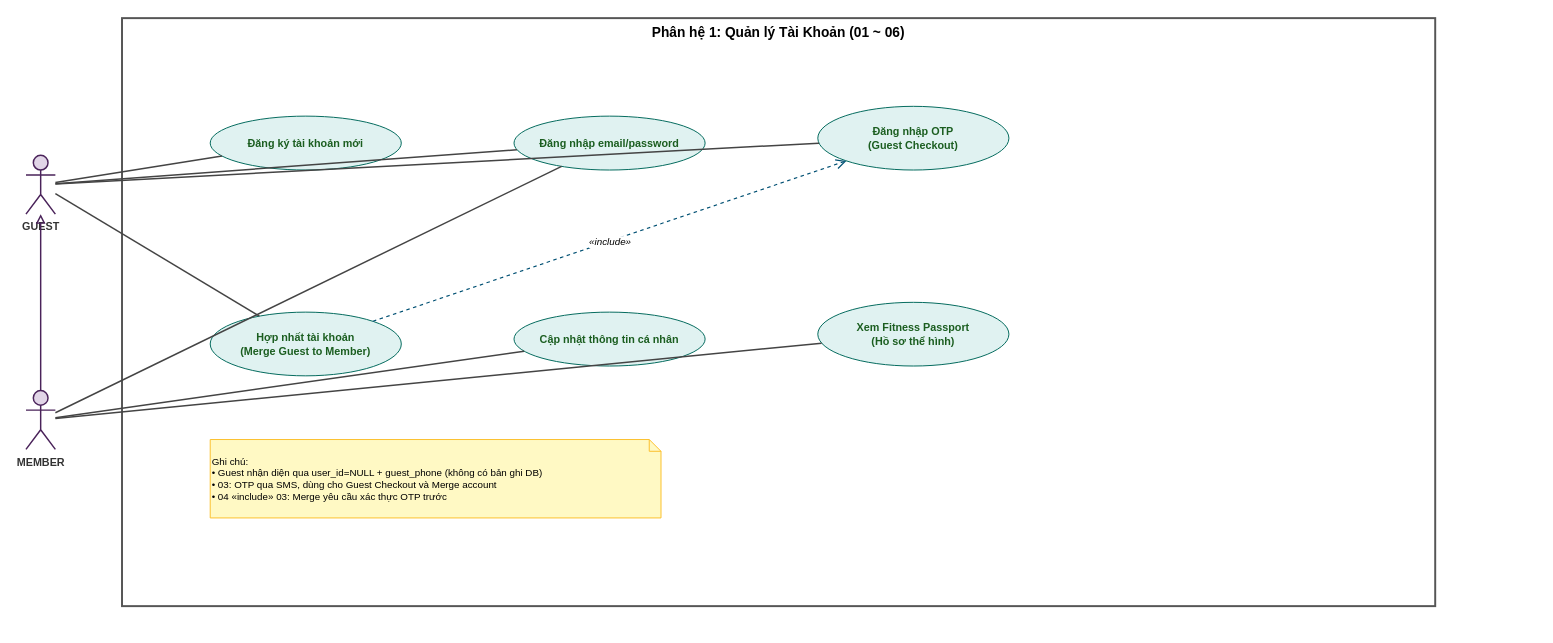
Before: page "2. Quản lý Tài Khoản" (2 of 9) of docs/FitFuel_UseCases.drawio in PTWebKD/full-stack, a draw.io diagram. Source tidied: cells renumbered, new cells numbered last; positions are measured from the earlier drawing's top-left corner, leaving out a move shared by most shapes. Both pictures are drawn from the tidied source at 98%, with x=0, y=0 at pixel (25, 18).
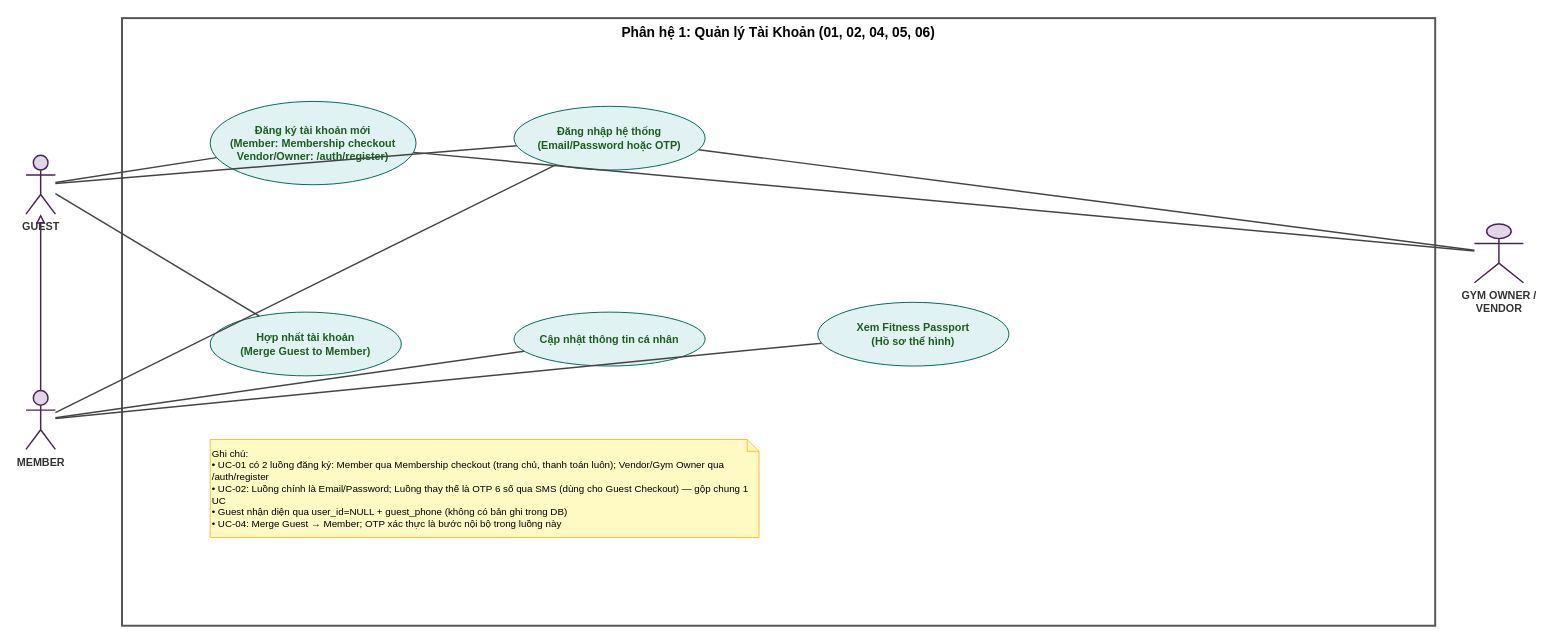
Above is the later version.

Unchanged cells that the change refers to:
```xml
<mxCell id="3" value="GUEST" style="shape=umlActor;verticalLabelPosition=bottom;verticalAlign=top;html=1;outlineConnect=0;strokeColor=#4A235A;strokeWidth=1.5;fillColor=#E1D5E7;fontColor=#333333;fontSize=11;fontStyle=1;align=center;" parent="1" vertex="1">
  <mxGeometry y="140" width="30" height="60" as="geometry" />
</mxCell>
<mxCell id="9" value="Hợp nhất tài khoản&#10;(Merge Guest to Member)" style="ellipse;whiteSpace=wrap;html=1;fillColor=#E0F2F1;strokeColor=#00695C;fontColor=#1B5E20;fontSize=11;align=center;fontStyle=1;" parent="1" vertex="1">
  <mxGeometry x="188" y="300" width="195" height="65" as="geometry" />
</mxCell>
```

What changed in the source:
```diff
@@
-    <mxCell id="2" value="Phân hệ 1: Quản lý Tài Khoản (01 ~ 06)" style="rounded=0;whiteSpace=wrap;html=1;fillColor=none;strokeColor=#555555;strokeWidth=2;fontSize=14;fontStyle=1;verticalAlign=top;" parent="1" vertex="1">
-      <mxGeometry x="98" width="1340" height="600" as="geometry" />
+    <mxCell id="2" value="Phân hệ 1: Quản lý Tài Khoản (01, 02, 04, 05, 06)" style="rounded=0;whiteSpace=wrap;html=1;fillColor=none;strokeColor=#555555;strokeWidth=2;fontSize=14;fontStyle=1;verticalAlign=top;" parent="1" vertex="1">
+      <mxGeometry x="98" width="1340" height="620" as="geometry" />
     </mxCell>
@@
+    <mxCell id="21" value="GYM OWNER /&#10;VENDOR" style="shape=umlActor;verticalLabelPosition=bottom;verticalAlign=top;html=1;outlineConnect=0;strokeColor=#4A235A;strokeWidth=1.5;fillColor=#E1D5E7;fontColor=#333333;fontSize=11;fontStyle=1;align=center;" parent="1" vertex="1">
+      <mxGeometry x="1478" y="210" width="50" height="60" as="geometry" />
+    </mxCell>
@@
-    <mxCell id="6" value="Đăng ký tài khoản mới" style="ellipse;whiteSpace=wrap;html=1;fillColor=#E0F2F1;strokeColor=#00695C;fontColor=#1B5E20;fontSize=11;align=center;fontStyle=1;" parent="1" vertex="1">
-      <mxGeometry x="188" y="100" width="195" height="55" as="geometry" />
+    <mxCell id="6" value="Đăng ký tài khoản mới&#10;(Member: Membership checkout&#10;Vendor/Owner: /auth/register)" style="ellipse;whiteSpace=wrap;html=1;fillColor=#E0F2F1;strokeColor=#00695C;fontColor=#1B5E20;fontSize=11;align=center;fontStyle=1;" parent="1" vertex="1">
+      <mxGeometry x="188" y="85" width="210" height="85" as="geometry" />
     </mxCell>
-    <mxCell id="7" value="Đăng nhập email/password" style="ellipse;whiteSpace=wrap;html=1;fillColor=#E0F2F1;strokeColor=#00695C;fontColor=#1B5E20;fontSize=11;align=center;fontStyle=1;" parent="1" vertex="1">
-      <mxGeometry x="498" y="100" width="195" height="55" as="geometry" />
+    <mxCell id="7" value="Đăng nhập hệ thống&#10;(Email/Password hoặc OTP)" style="ellipse;whiteSpace=wrap;html=1;fillColor=#E0F2F1;strokeColor=#00695C;fontColor=#1B5E20;fontSize=11;align=center;fontStyle=1;" parent="1" vertex="1">
+      <mxGeometry x="498" y="90" width="195" height="65" as="geometry" />
     </mxCell>
-    <mxCell id="8" value="Đăng nhập OTP&#10;(Guest Checkout)" style="ellipse;whiteSpace=wrap;html=1;fillColor=#E0F2F1;strokeColor=#00695C;fontColor=#1B5E20;fontSize=11;align=center;fontStyle=1;" parent="1" vertex="1">
-      <mxGeometry x="808" y="90" width="195" height="65" as="geometry" />
-    </mxCell>
@@
-    <mxCell id="14" style="endArrow=none;html=1;strokeColor=#444444;strokeWidth=1.5;" parent="1" edge="1" source="3" target="8">
-      <mxGeometry relative="1" as="geometry" />
-    </mxCell>
@@
-    <mxCell id="19" value="«include»" style="endArrow=open;endSize=8;dashed=1;html=1;strokeColor=#005073;strokeWidth=1.2;fontStyle=2;fontSize=10;" parent="1" edge="1" source="9" target="8">
-      <mxGeometry relative="1" as="geometry" />
-    </mxCell>
+    <mxCell id="22" style="endArrow=none;html=1;strokeColor=#444444;strokeWidth=1.5;" parent="1" edge="1" source="21" target="6">
+      <mxGeometry relative="1" as="geometry" />
+    </mxCell>
+    <mxCell id="23" style="endArrow=none;html=1;strokeColor=#444444;strokeWidth=1.5;" parent="1" edge="1" source="21" target="7">
+      <mxGeometry relative="1" as="geometry" />
+    </mxCell>
-    <mxCell id="20" value="Ghi chú:&#10;• Guest nhận diện qua user_id=NULL + guest_phone (không có bản ghi DB)&#10;• 03: OTP qua SMS, dùng cho Guest Checkout và Merge account&#10;• 04 «include» 03: Merge yêu cầu xác thực OTP trước" style="shape=note;whiteSpace=wrap;html=1;backgroundOutline=1;fillColor=#FFF9C4;strokeColor=#FBC02D;fontSize=10;align=left;size=12;" parent="1" vertex="1">
-      <mxGeometry x="188" y="430" width="460" height="80" as="geometry" />
+    <mxCell id="20" value="Ghi chú:&#10;• UC-01 có 2 luồng đăng ký: Member qua Membership checkout (trang chủ, thanh toán luôn); Vendor/Gym Owner qua /auth/register&#10;• UC-02: Luồng chính là Email/Password; Luồng thay thế là OTP 6 số qua SMS (dùng cho Guest Checkout) — gộp chung 1 UC&#10;• Guest nhận diện qua user_id=NULL + guest_phone (không có bản ghi trong DB)&#10;• UC-04: Merge Guest → Member; OTP xác thực là bước nội bộ trong luồng này" style="shape=note;whiteSpace=wrap;html=1;backgroundOutline=1;fillColor=#FFF9C4;strokeColor=#FBC02D;fontSize=10;align=left;size=12;" parent="1" vertex="1">
+      <mxGeometry x="188" y="430" width="560" height="100" as="geometry" />
     </mxCell>
```
